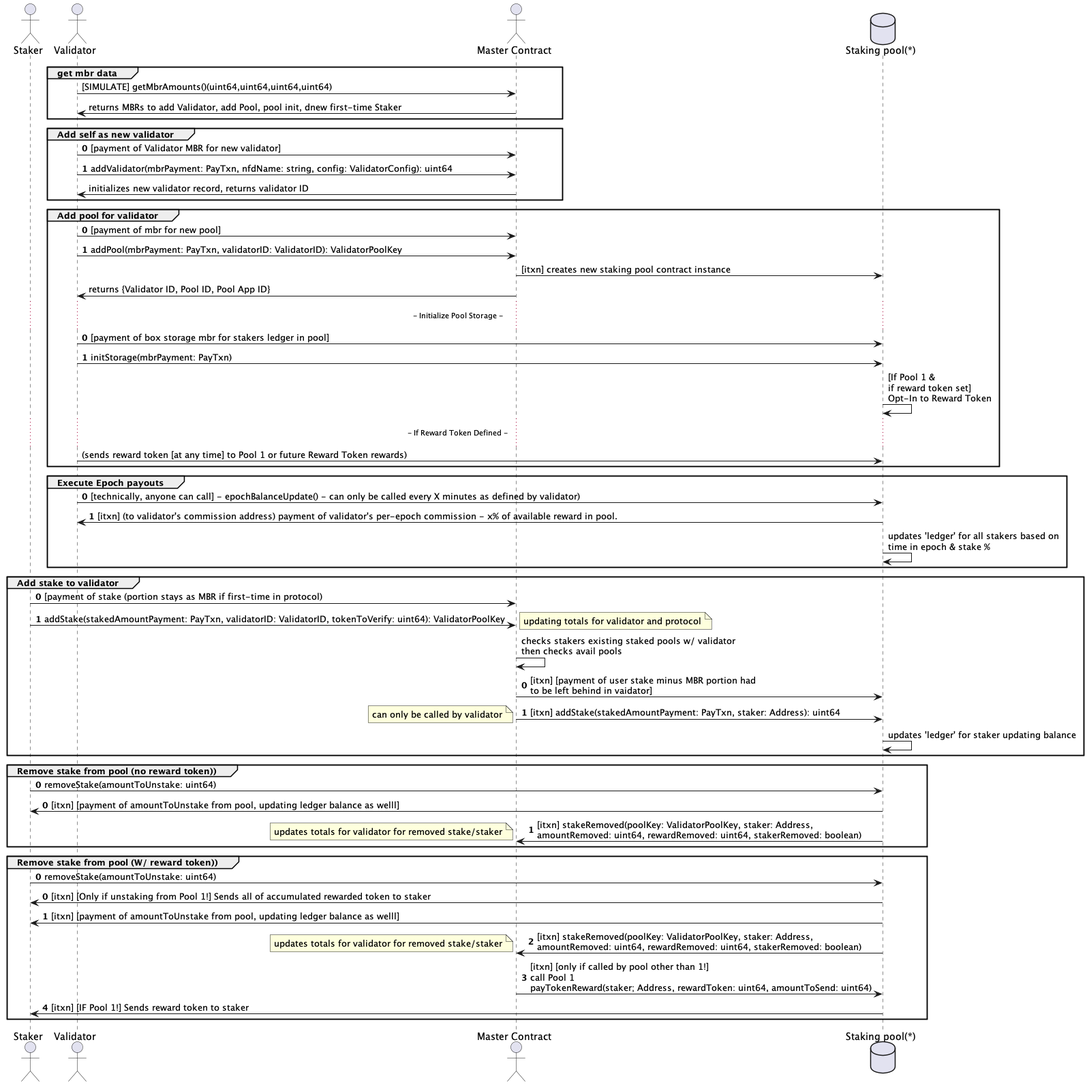
TxnLab/reti keeps this PlantUML diagram as docs/diagrams/validator.png. Above is the earlier version.
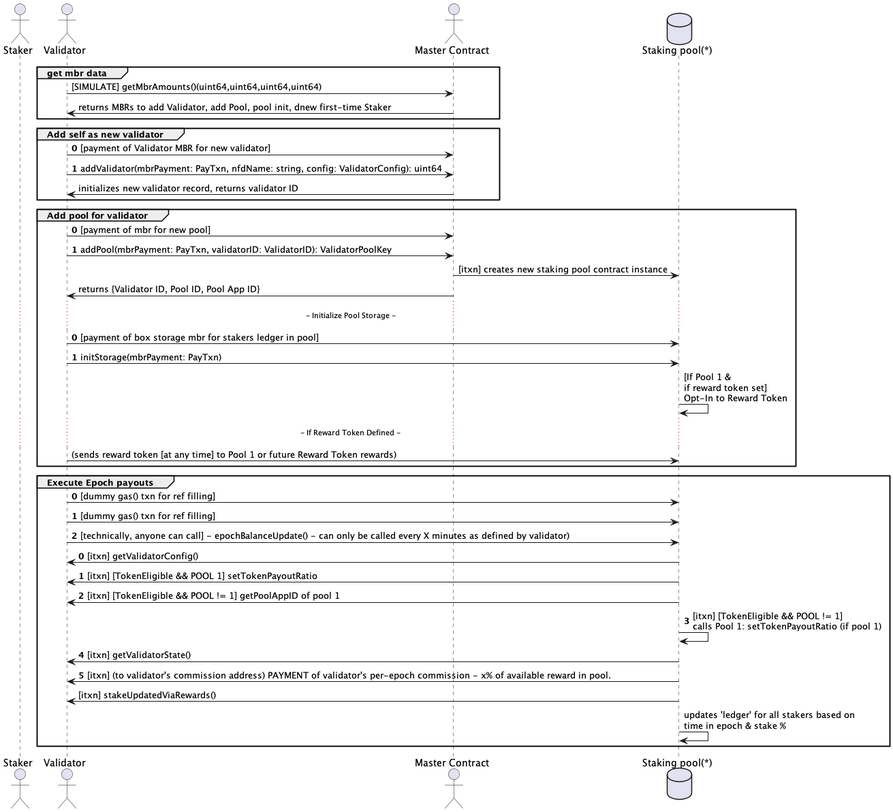
Above is the later version.

What changed in the source:
```diff
@@ -34,43 +34,19 @@
 
 group Execute Epoch payouts
 autonumber 0
+validator -> pool: [dummy gas() txn for ref filling]
+validator -> pool: [dummy gas() txn for ref filling]
 validator -> pool: [technically, anyone can call] - epochBalanceUpdate() - can only be called every X minutes as defined by validator)
-pool -> validator: [itxn] (to validator's commission address) payment of validator's per-epoch commission - x% of available reward in pool.
+autonumber 0
+pool -> validator: [itxn] getValidatorConfig()
+pool -> validator: [itxn] [TokenEligible && POOL 1] setTokenPayoutRatio
+autonumber 2
+pool -> validator: [itxn] [TokenEligible && POOL != 1] getPoolAppID of pool 1
+pool -> pool: [itxn] [TokenEligible && POOL != 1]\ncalls Pool 1: setTokenPayoutRatio (if pool 1)
+pool -> validator: [itxn] getValidatorState()
+pool -> validator: [itxn] (to validator's commission address) PAYMENT of validator's per-epoch commission - x% of available reward in pool.
 autonumber stop
+pool -> validator: [itxn] stakeUpdatedViaRewards()
 pool -> pool: updates 'ledger' for all stakers based on\ntime in epoch & stake %
 end
-
-group Add stake to validator
-autonumber 0
-staker -> master: [payment of stake (portion stays as MBR if first-time in protocol)
-staker -> master:  addStake(stakedAmountPayment: PayTxn, validatorID: ValidatorID, tokenToVerify: uint64): ValidatorPoolKey
-note right: updating totals for validator and protocol
-autonumber stop
-master -> master: checks stakers existing staked pools w/ validator\nthen checks avail pools
-autonumber 0
-master -> pool: [itxn] [payment of user stake minus MBR portion had\nto be left behind in vaidator]
-master -> pool: [itxn] addStake(stakedAmountPayment: PayTxn, staker: Address): uint64
-note left: can only be called by validator
-autonumber stop
-pool -> pool: updates 'ledger' for staker updating balance
-end
-group Remove stake from pool (no reward token))
-autonumber 0
-staker -> pool: removeStake(amountToUnstake: uint64)
-autonumber 0
-pool -> staker: [itxn] [payment of amountToUnstake from pool, updating ledger balance as welll]
-pool -> master: [itxn] stakeRemoved(poolKey: ValidatorPoolKey, staker: Address,\namountRemoved: uint64, rewardRemoved: uint64, stakerRemoved: boolean)
-note left: updates totals for validator for removed stake/staker
-end
-group Remove stake from pool (W/ reward token))
-autonumber 0
-staker -> pool: removeStake(amountToUnstake: uint64)
-autonumber 0
-pool -> staker: [itxn] [Only if unstaking from Pool 1!] Sends all of accumulated rewarded token to staker
-pool -> staker: [itxn] [payment of amountToUnstake from pool, updating ledger balance as welll]
-pool -> master: [itxn] stakeRemoved(poolKey: ValidatorPoolKey, staker: Address,\namountRemoved: uint64, rewardRemoved: uint64, stakerRemoved: boolean)
-note left: updates totals for validator for removed stake/staker
-master -> pool: [itxn] [only if called by pool other than 1!]\ncall Pool 1\npayTokenReward(staker; Address, rewardToken: uint64, amountToSend: uint64)
-pool -> staker: [itxn] [IF Pool 1!] Sends reward token to staker
-end
 @enduml
```
